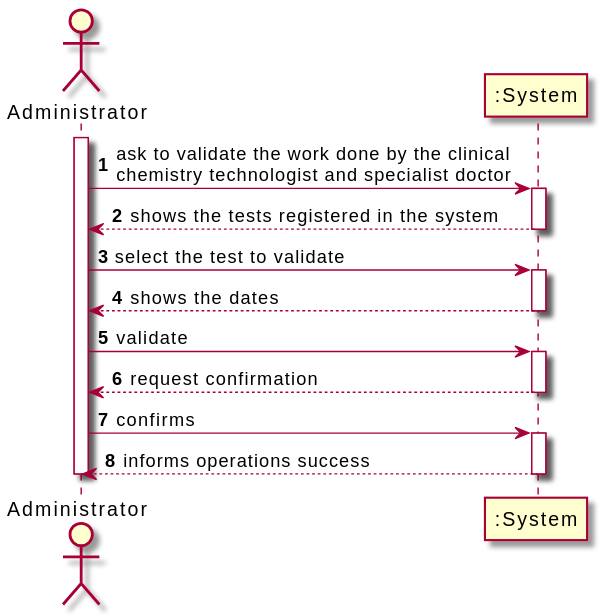
The PlantUML diagram docs/SprintC/US15_ValidateTheWorkDone/US15_SSD.svg in Pedromaia26/LAPR2-ISEP, before a commit. Source of this version:
```plantuml
@startuml
actor Administrator as Adm
participant ":System" as System

autonumber
activate Adm
Adm -> System: ask to validate the work done by the clinical \nchemistry technologist and specialist doctor
activate System
System --> Adm: shows the tests registered in the system
deactivate System
Adm -> System: select the test to validate
activate System
System --> Adm: shows the dates
deactivate System
Adm -> System: validate
activate System
System --> Adm: request confirmation
deactivate System
Adm -> System: confirms
activate System
System --> Adm: informs operations success
deactivate System
deactivate Adm
@enduml
```
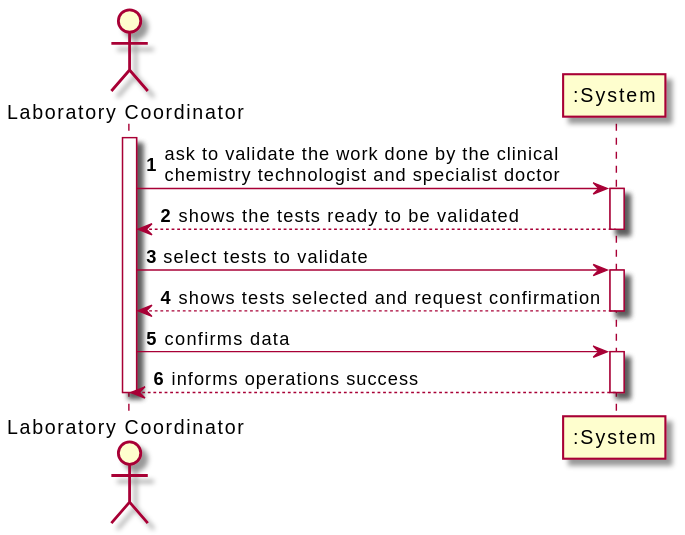
After the commit.

What changed in the source:
```diff
@@ -1,22 +1,18 @@
 @startuml
-actor Administrator as Adm
+actor "Laboratory Coordinator" as Adm
 participant ":System" as System
 
 autonumber
 activate Adm
 Adm -> System: ask to validate the work done by the clinical \nchemistry technologist and specialist doctor
 activate System
-System --> Adm: shows the tests registered in the system
+System --> Adm: shows the tests ready to be validated
 deactivate System
-Adm -> System: select the test to validate
+Adm -> System: select tests to validate
 activate System
-System --> Adm: shows the dates
+System --> Adm: shows tests selected and request confirmation
 deactivate System
-Adm -> System: validate
-activate System
-System --> Adm: request confirmation
-deactivate System
-Adm -> System: confirms
+Adm -> System: confirms data
 activate System
 System --> Adm: informs operations success
 deactivate System
```
